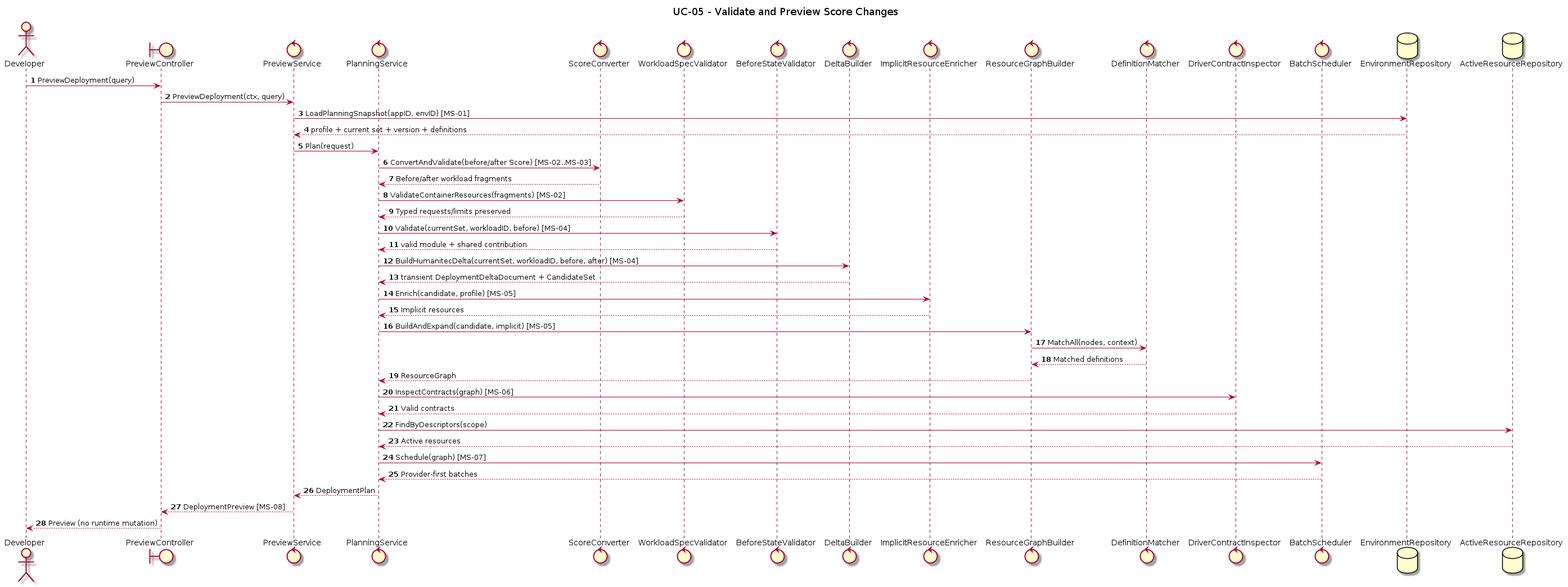
Earlier version of the PlantUML export orchestrator_docs/usecase/UC-05/sequence.png (pr3s3nt/poc). Its source is kept beside it as orchestrator_docs/usecase/UC-05/sequence.puml. Source of this version:
```plantuml
@startuml
title UC-05 - Validate and Preview Score Changes
autonumber
actor Developer
boundary PreviewController as API
control PreviewService as Preview
control PlanningService as Planner
control ScoreConverter as Converter
control WorkloadSpecValidator as WorkloadValidator
control BeforeStateValidator as BeforeValidator
control DeltaBuilder as Delta
control ImplicitResourceEnricher as Enricher
control ResourceGraphBuilder as Graph
control DefinitionMatcher as Matcher
control DriverContractInspector as Inspector
control BatchScheduler as Scheduler
database EnvironmentRepository as EnvRepo
database ActiveResourceRepository as ResourceRepo

Developer -> API: PreviewDeployment(query)
API -> Preview: PreviewDeployment(ctx, query)
Preview -> EnvRepo: LoadPlanningSnapshot(appID, envID) [MS-01]
EnvRepo --> Preview: profile + current set + version + definitions
Preview -> Planner: Plan(request)
Planner -> Converter: ConvertAndValidate(before/after Score) [MS-02..MS-03]
Converter --> Planner: Before/after workload fragments
Planner -> WorkloadValidator: ValidateContainerResources(fragments) [MS-02]
WorkloadValidator --> Planner: Typed requests/limits preserved
Planner -> BeforeValidator: Validate(currentSet, workloadID, before) [MS-04]
BeforeValidator --> Planner: valid module + shared contribution
Planner -> Delta: BuildHumanitecDelta(currentSet, workloadID, before, after) [MS-04]
Delta --> Planner: transient DeploymentDeltaDocument + CandidateSet
Planner -> Enricher: Enrich(candidate, profile) [MS-05]
Enricher --> Planner: Implicit resources
Planner -> Graph: BuildAndExpand(candidate, implicit) [MS-05]
Graph -> Matcher: MatchAll(nodes, context)
Matcher --> Graph: Matched definitions
Graph --> Planner: ResourceGraph
Planner -> Inspector: InspectContracts(graph) [MS-06]
Inspector --> Planner: Valid contracts
Planner -> ResourceRepo: FindByDescriptors(scope)
ResourceRepo --> Planner: Active resources
Planner -> Scheduler: Schedule(graph) [MS-07]
Scheduler --> Planner: Provider-first batches
Planner --> Preview: DeploymentPlan
Preview --> API: DeploymentPreview [MS-08]
API --> Developer: Preview (no runtime mutation)
@enduml
```
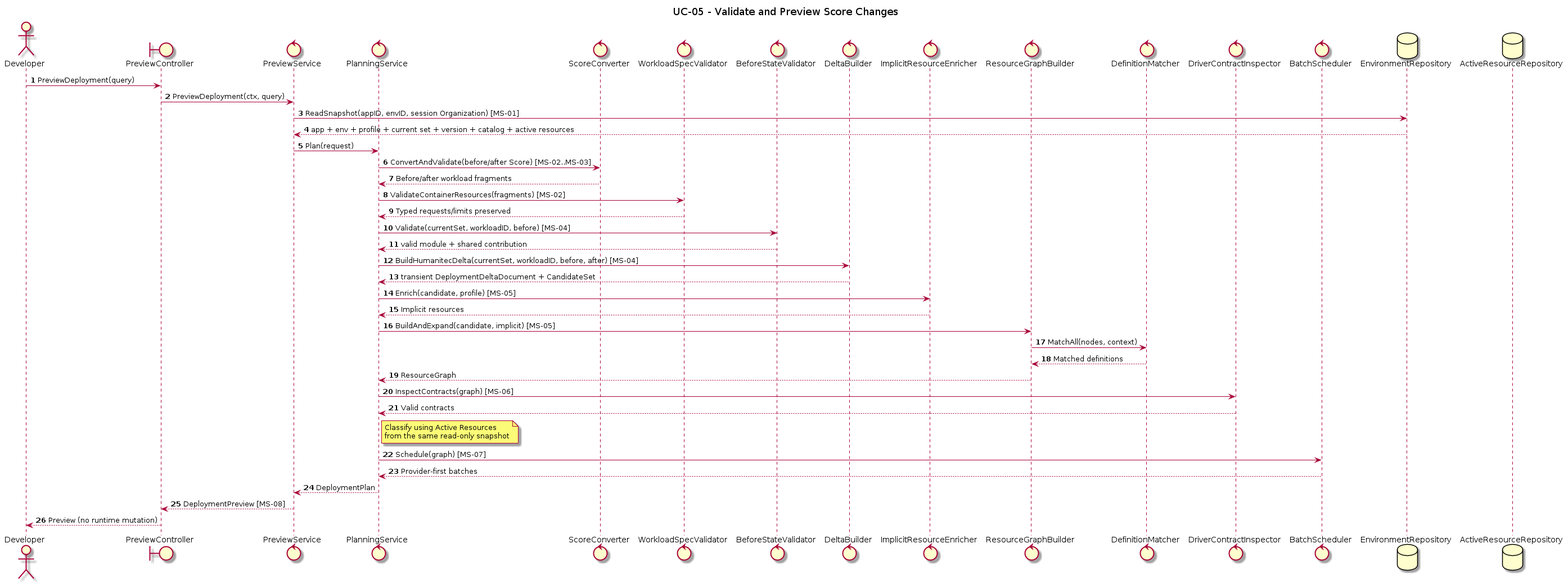
After the change.

The edit, as a diff of the source:
```diff
@@ -19,8 +19,8 @@
 
 Developer -> API: PreviewDeployment(query)
 API -> Preview: PreviewDeployment(ctx, query)
-Preview -> EnvRepo: LoadPlanningSnapshot(appID, envID) [MS-01]
-EnvRepo --> Preview: profile + current set + version + definitions
+Preview -> EnvRepo: ReadSnapshot(appID, envID, session Organization) [MS-01]
+EnvRepo --> Preview: app + env + profile + current set + version + catalog + active resources
 Preview -> Planner: Plan(request)
 Planner -> Converter: ConvertAndValidate(before/after Score) [MS-02..MS-03]
 Converter --> Planner: Before/after workload fragments
@@ -38,8 +38,7 @@
 Graph --> Planner: ResourceGraph
 Planner -> Inspector: InspectContracts(graph) [MS-06]
 Inspector --> Planner: Valid contracts
-Planner -> ResourceRepo: FindByDescriptors(scope)
-ResourceRepo --> Planner: Active resources
+note right of Planner: Classify using Active Resources\nfrom the same read-only snapshot
 Planner -> Scheduler: Schedule(graph) [MS-07]
 Scheduler --> Planner: Provider-first batches
 Planner --> Preview: DeploymentPlan
```
